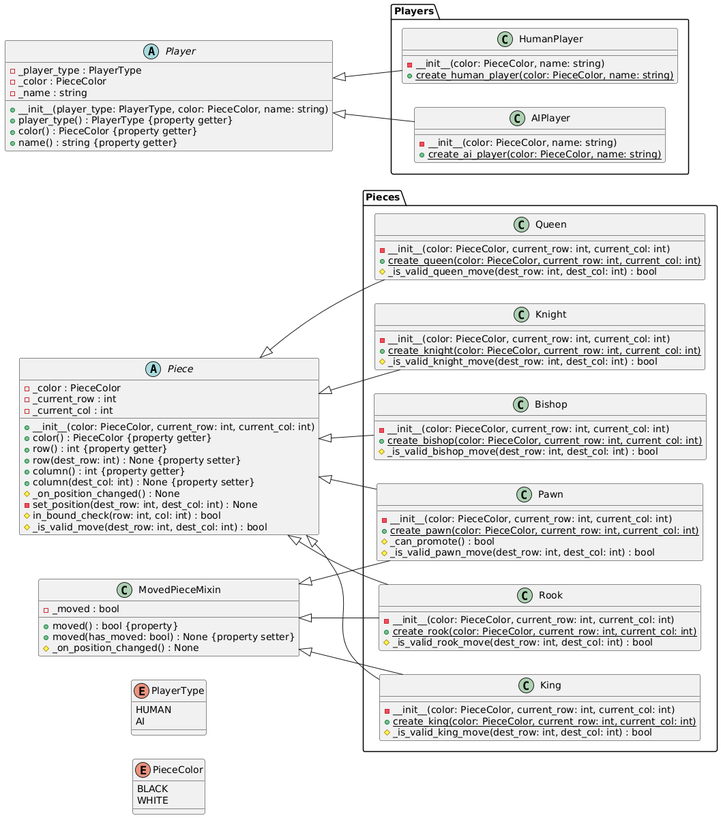
Before: ChessLite/class_diagrams/chess_uml_diagram.png, a diagram exported from PlantUML (bharath-temp/ChessLite).
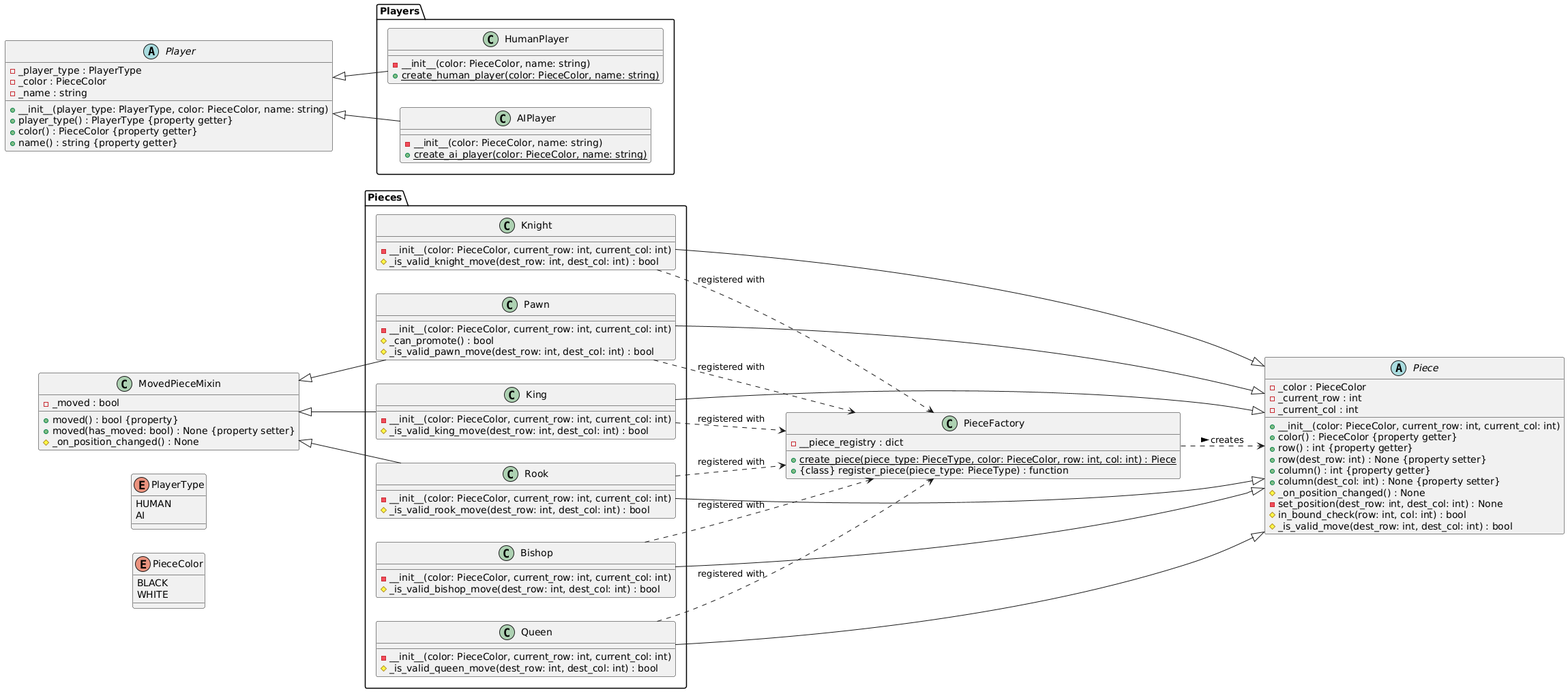
Later version of the same file.

What changed in the source:
```diff
@@ -34,41 +34,41 @@
     # _on_position_changed() : None
 }
 
+class PieceFactory {
+    - __piece_registry : dict
+    + {static} create_piece(piece_type: PieceType, color: PieceColor, row: int, col: int) : Piece
+    + {class} register_piece(piece_type: PieceType) : function
+}
+
 package "Pieces" {
     class Pawn {
         - __init__(color: PieceColor, current_row: int, current_col: int)
-        + {static} create_pawn(color: PieceColor, current_row: int, current_col: int)
         # _can_promote() : bool
         # _is_valid_pawn_move(dest_row: int, dest_col: int) : bool
     }
 
     class Rook {
         - __init__(color: PieceColor, current_row: int, current_col: int)
-        + {static} create_rook(color: PieceColor, current_row: int, current_col: int)
         # _is_valid_rook_move(dest_row: int, dest_col: int) : bool
     }
 
     class Knight {
         - __init__(color: PieceColor, current_row: int, current_col: int)
-        + {static} create_knight(color: PieceColor, current_row: int, current_col: int)
         # _is_valid_knight_move(dest_row: int, dest_col: int) : bool
     }
 
     class Bishop {
         - __init__(color: PieceColor, current_row: int, current_col: int)
-        + {static} create_bishop(color: PieceColor, current_row: int, current_col: int)
         # _is_valid_bishop_move(dest_row: int, dest_col: int) : bool
     }
 
     class King {
         - __init__(color: PieceColor, current_row: int, current_col: int)
-        + {static} create_king(color: PieceColor, current_row: int, current_col: int)
         # _is_valid_king_move(dest_row: int, dest_col: int) : bool
     }
 
     class Queen {
         - __init__(color: PieceColor, current_row: int, current_col: int)
-        + {static} create_queen(color: PieceColor, current_row: int, current_col: int)
         # _is_valid_queen_move(dest_row: int, dest_col: int) : bool
     }
 }
@@ -83,6 +83,14 @@
 MovedPieceMixin <|-- King
 MovedPieceMixin <|-- Pawn
 MovedPieceMixin <|-- Rook
+
+PieceFactory ..> Piece : "creates >"
+Pawn ..> PieceFactory : "registered with"
+Rook ..> PieceFactory : "registered with"
+Knight ..> PieceFactory : "registered with"
+Bishop ..> PieceFactory : "registered with"
+King ..> PieceFactory : "registered with"
+Queen ..> PieceFactory : "registered with"
 
 abstract class Player {
     - _player_type : PlayerType
```
